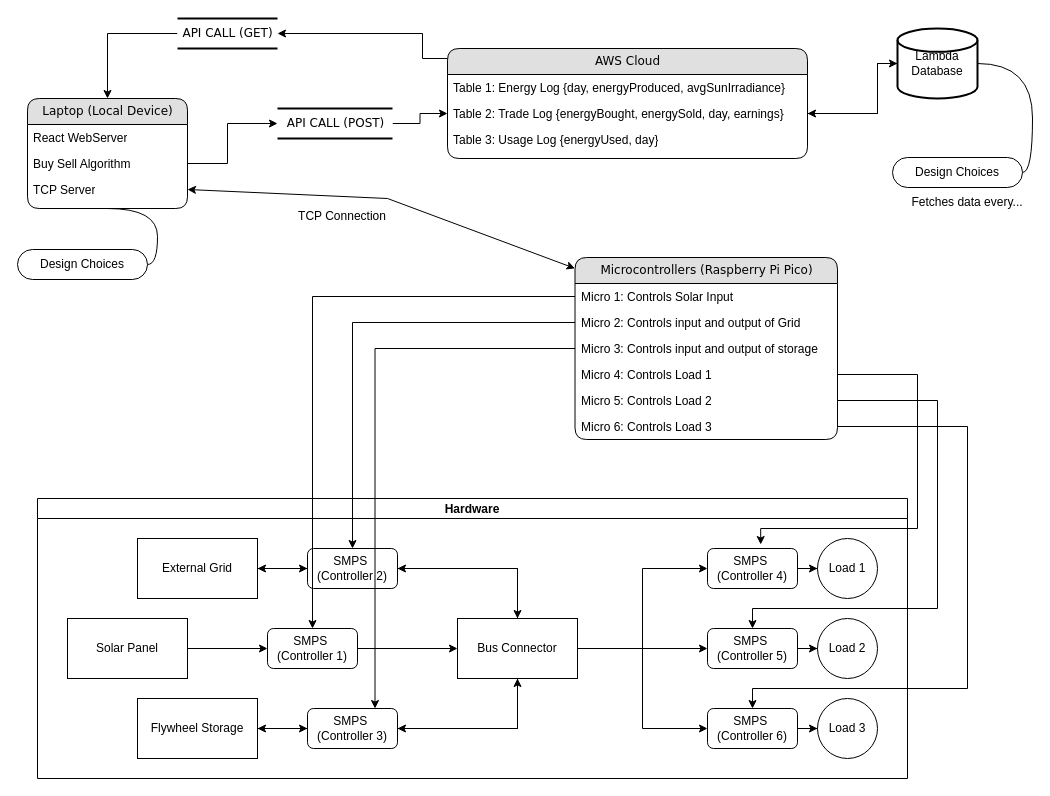
Before: TopLevel.drawio in chinjyanson/SmartGrid, a draw.io diagram. Source tidied: cells renumbered, new cells numbered last; positions are measured from the earlier drawing's top-left corner, leaving out a move shared by most shapes. Both pictures are drawn from the tidied source at 100%, with x=0, y=0 at pixel (17, 18).
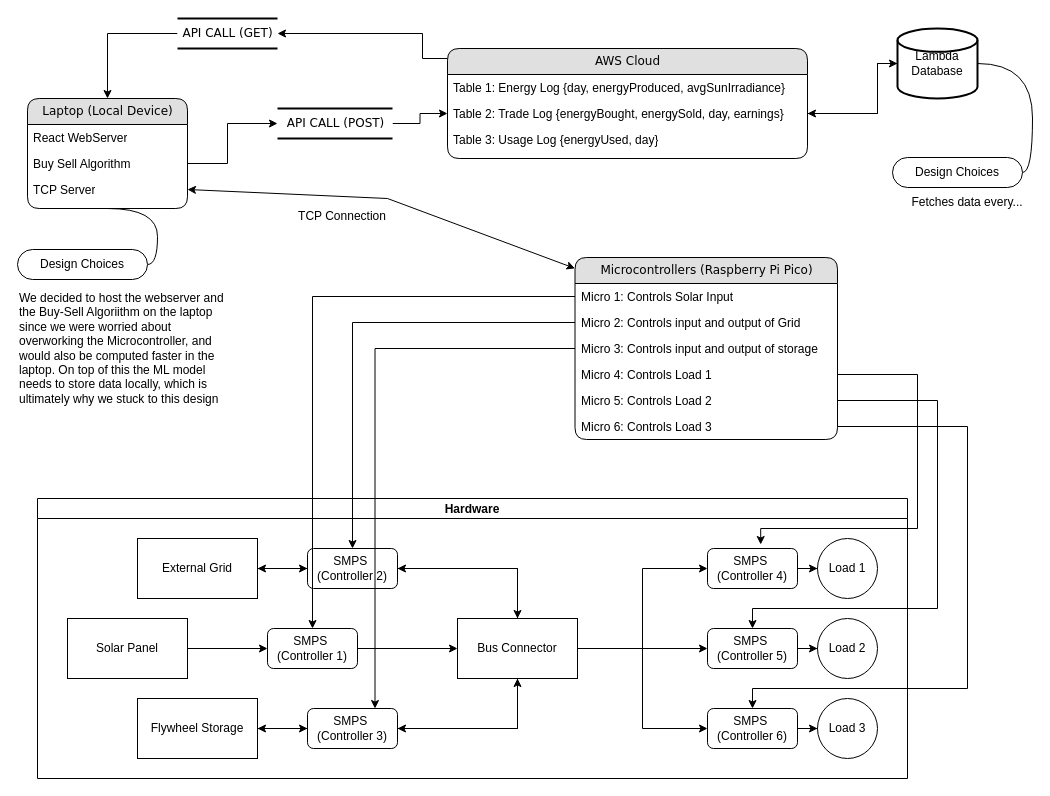
The same page after the edit.

What changed in the source:
```diff
@@
+    <mxCell id="69" value="We decided to host the webserver and the Buy-Sell Algoriithm on the laptop since we were worried about overworking the Microcontroller, and would also be computed faster in the laptop. On top of this the ML model needs to store data locally, which is ultimately why we stuck to this design" style="text;html=1;align=left;verticalAlign=middle;whiteSpace=wrap;rounded=0;" parent="1" vertex="1">
+      <mxGeometry y="245.5" width="220" height="169" as="geometry" />
+    </mxCell>
```
